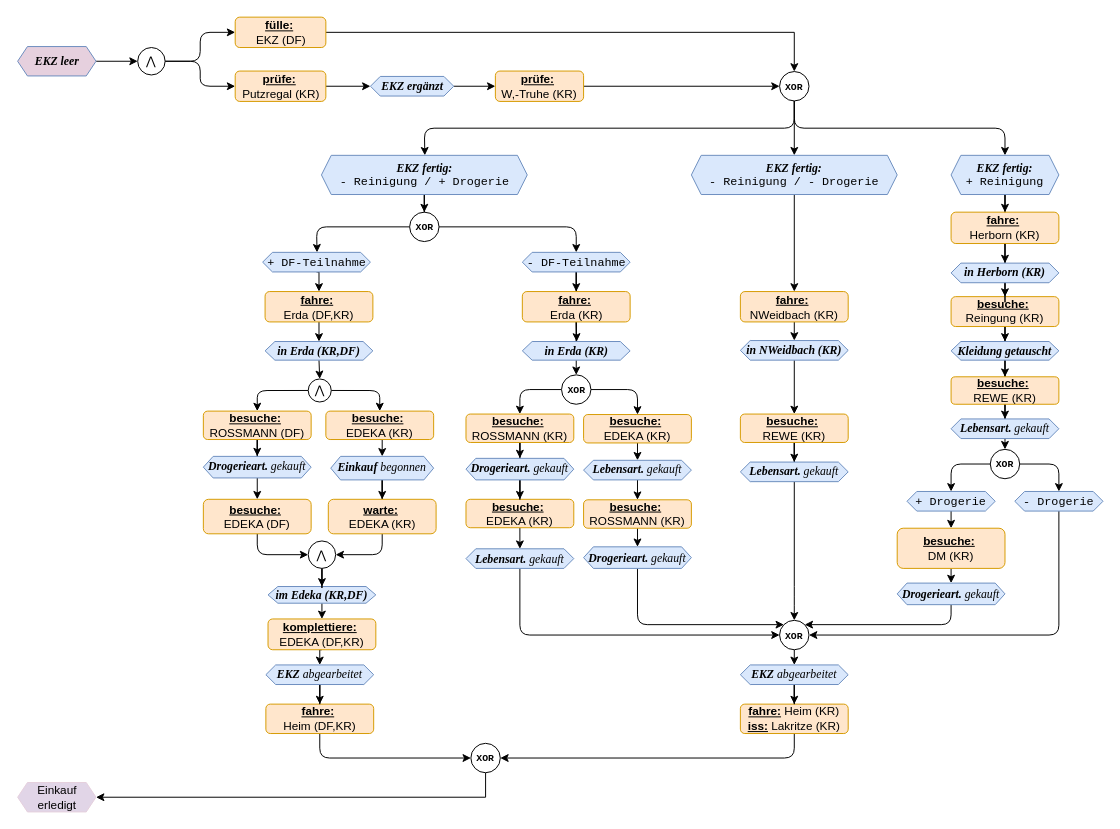
Before: sources/lf.11c/img.lf/shopping-epk.drawio in protirone/protico.ltx, a draw.io diagram. Source tidied: cells renumbered, new cells numbered last; positions are measured from the earlier drawing's top-left corner, leaving out a move shared by most shapes. Both pictures are drawn from the tidied source at 98%, with x=0, y=0 at pixel (18, 17).
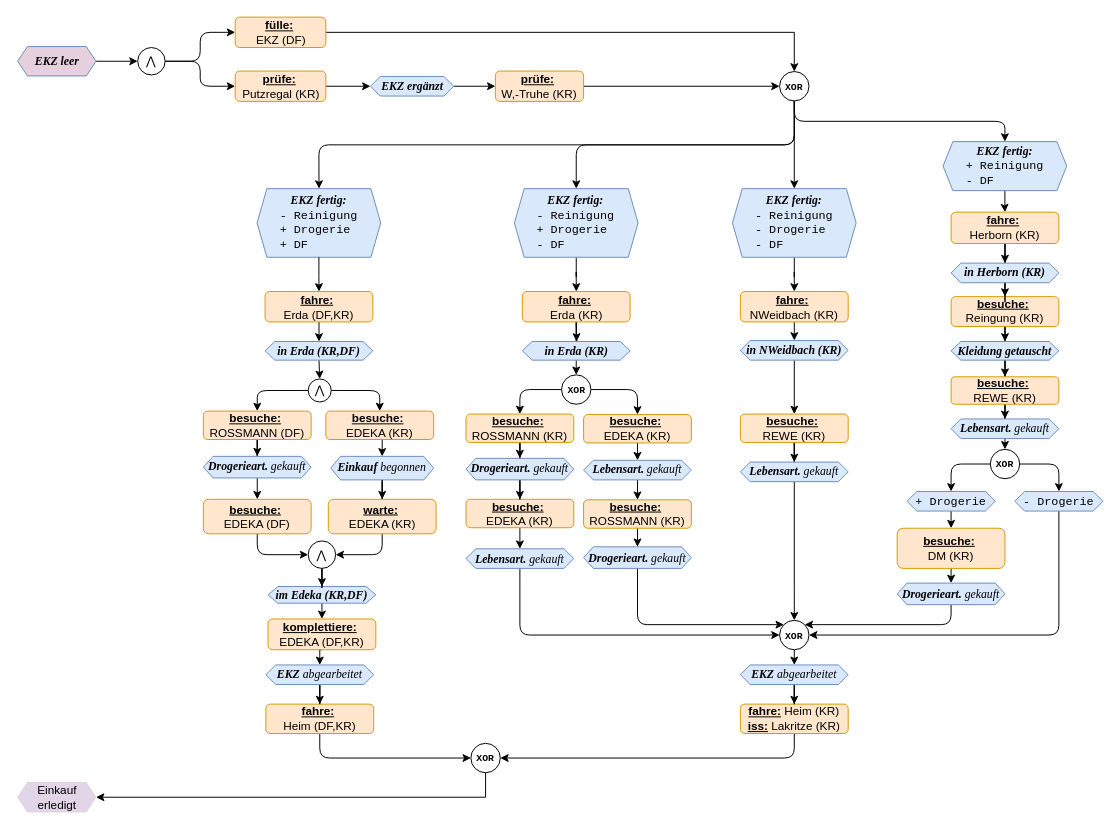
The same page after the edit.

Commit message (it also covers changes not shown here):
refactor mepc diagram

Unchanged cells that the change refers to:
```xml
<mxCell id="16" value="&lt;font face=&quot;Courier New&quot; style=&quot;font-size: 10px;&quot;&gt;&lt;b&gt;XOR&lt;/b&gt;&lt;/font&gt;" style="ellipse;whiteSpace=wrap;html=1;comic=0;noLabel=0;portConstraintRotation=0;fixDash=0;" parent="1" vertex="1">
  <mxGeometry x="777" y="55.5" width="30" height="30" as="geometry" />
</mxCell>
<mxCell id="38" value="&lt;b&gt;&lt;u&gt;fahre:&lt;/u&gt;&lt;/b&gt;&amp;nbsp;&lt;div&gt;Herborn (KR)&lt;/div&gt;" style="rounded=1;whiteSpace=wrap;html=1;fillColor=#ffe6cc;strokeColor=#d79b00;" parent="1" vertex="1">
  <mxGeometry x="952" y="199" width="110" height="32" as="geometry" />
</mxCell>
<mxCell id="42" value="&lt;b&gt;&lt;u&gt;fahre:&lt;/u&gt;&lt;/b&gt;&amp;nbsp;&lt;div&gt;NWeidbach (KR)&lt;/div&gt;" style="rounded=1;whiteSpace=wrap;html=1;fillColor=#ffe6cc;strokeColor=#d79b00;" parent="1" vertex="1">
  <mxGeometry x="737" y="280" width="110" height="31" as="geometry" />
</mxCell>
<mxCell id="44" value="&lt;b&gt;&lt;u&gt;fahre:&lt;/u&gt;&lt;/b&gt;&amp;nbsp;&lt;div&gt;Erda (DF,KR)&lt;/div&gt;" style="rounded=1;whiteSpace=wrap;html=1;fillColor=#ffe6cc;strokeColor=#d79b00;" parent="1" vertex="1">
  <mxGeometry x="252" y="280" width="110" height="31" as="geometry" />
</mxCell>
<mxCell id="46" value="&lt;b&gt;&lt;u&gt;fahre:&lt;/u&gt;&lt;/b&gt;&amp;nbsp;&lt;div&gt;Erda (KR)&lt;/div&gt;" style="rounded=1;whiteSpace=wrap;html=1;fillColor=#ffe6cc;strokeColor=#d79b00;" parent="1" vertex="1">
  <mxGeometry x="514.5" y="280" width="110" height="31" as="geometry" />
</mxCell>
```

Diff of the diagram source:
```diff
@@
-    <mxCell id="3" style="edgeStyle=orthogonalEdgeStyle;rounded=0;jettySize=auto;html=1;exitX=0.5;exitY=1;exitDx=0;exitDy=0;" parent="1" edge="1" source="4" target="38">
+    <mxCell id="3" style="edgeStyle=orthogonalEdgeStyle;rounded=0;jettySize=auto;html=1;exitX=0.5;exitY=1;exitDx=0;exitDy=0;" parent="1" edge="1" source="127" target="38">
       <mxGeometry relative="1" as="geometry" />
     </mxCell>
-    <mxCell id="4" value="&lt;div&gt;&lt;span style=&quot;background-color: transparent; color: light-dark(rgb(0, 0, 0), rgb(255, 255, 255));&quot;&gt;&lt;b&gt;&lt;font face=&quot;Garamond&quot;&gt;&lt;i&gt;EKZ fertig:&lt;/i&gt;&lt;/font&gt;&lt;/b&gt;&lt;/span&gt;&lt;/div&gt;&lt;div style=&quot;text-align: left;&quot;&gt;&lt;span style=&quot;background-color: transparent; color: light-dark(rgb(0, 0, 0), rgb(255, 255, 255));&quot;&gt;&lt;font face=&quot;Courier New&quot;&gt;+ Reinigung&lt;/font&gt;&lt;/span&gt;&lt;/div&gt;" style="shape=hexagon;perimeter=hexagonPerimeter2;whiteSpace=wrap;html=1;fixedSize=1;comic=0;snapToPoint=1;size=10;fillColor=#dae8fc;strokeColor=#6c8ebf;" parent="1" vertex="1">
-      <mxGeometry x="952" y="141" width="110" height="40" as="geometry" />
-    </mxCell>
-    <mxCell id="5" style="edgeStyle=orthogonalEdgeStyle;rounded=0;jettySize=auto;html=1;exitX=0.5;exitY=1;exitDx=0;exitDy=0;" parent="1" edge="1" source="6" target="19">
-      <mxGeometry relative="1" as="geometry" />
-    </mxCell>
-    <mxCell id="6" value="&lt;div&gt;&lt;span style=&quot;background-color: transparent; color: light-dark(rgb(0, 0, 0), rgb(255, 255, 255));&quot;&gt;&lt;b&gt;&lt;font face=&quot;Garamond&quot;&gt;&lt;i&gt;EKZ fertig:&lt;/i&gt;&lt;/font&gt;&lt;/b&gt;&lt;/span&gt;&lt;/div&gt;&lt;div style=&quot;text-align: left;&quot;&gt;&lt;span style=&quot;background-color: transparent; color: light-dark(rgb(0, 0, 0), rgb(255, 255, 255));&quot;&gt;&lt;font face=&quot;Courier New&quot;&gt;- Reinigung /&amp;nbsp;&lt;/font&gt;&lt;/span&gt;&lt;span style=&quot;font-family: &amp;quot;Courier New&amp;quot;; background-color: transparent; color: light-dark(rgb(0, 0, 0), rgb(255, 255, 255));&quot;&gt;+ Drogerie&lt;/span&gt;&lt;/div&gt;" style="shape=hexagon;perimeter=hexagonPerimeter2;whiteSpace=wrap;html=1;fixedSize=1;comic=0;snapToPoint=1;size=10;fillColor=#dae8fc;strokeColor=#6c8ebf;" parent="1" vertex="1">
-      <mxGeometry x="309.5" y="141" width="210" height="40" as="geometry" />
+    <mxCell id="6" value="&lt;div&gt;&lt;span style=&quot;background-color: transparent; color: light-dark(rgb(0, 0, 0), rgb(255, 255, 255));&quot;&gt;&lt;b&gt;&lt;font face=&quot;Garamond&quot;&gt;&lt;i&gt;EKZ fertig:&lt;/i&gt;&lt;/font&gt;&lt;/b&gt;&lt;/span&gt;&lt;/div&gt;&lt;div style=&quot;text-align: left;&quot;&gt;&lt;span style=&quot;background-color: transparent; color: light-dark(rgb(0, 0, 0), rgb(255, 255, 255));&quot;&gt;&lt;font face=&quot;Courier New&quot;&gt;- Reinigung&lt;/font&gt;&lt;/span&gt;&lt;/div&gt;&lt;div style=&quot;text-align: left;&quot;&gt;&lt;span style=&quot;font-family: &amp;quot;Courier New&amp;quot;; background-color: transparent; color: light-dark(rgb(0, 0, 0), rgb(255, 255, 255));&quot;&gt;+ Drogerie&amp;nbsp;&lt;/span&gt;&lt;/div&gt;&lt;div style=&quot;text-align: left;&quot;&gt;&lt;span style=&quot;font-family: &amp;quot;Courier New&amp;quot;; background-color: transparent; color: light-dark(rgb(0, 0, 0), rgb(255, 255, 255));&quot;&gt;+ DF&lt;/span&gt;&lt;/div&gt;" style="shape=hexagon;perimeter=hexagonPerimeter2;whiteSpace=wrap;html=1;fixedSize=1;comic=0;snapToPoint=1;size=10;fillColor=#dae8fc;strokeColor=#6c8ebf;" parent="1" vertex="1">
+      <mxGeometry x="243.8" y="175" width="126.2" height="70" as="geometry" />
     </mxCell>
-    <mxCell id="7" style="edgeStyle=orthogonalEdgeStyle;rounded=0;jettySize=auto;html=1;exitX=0.5;exitY=1;exitDx=0;exitDy=0;" parent="1" edge="1" source="8" target="42">
+    <mxCell id="7" style="edgeStyle=orthogonalEdgeStyle;rounded=0;jettySize=auto;html=1;exitX=0.5;exitY=1;exitDx=0;exitDy=0;" parent="1" edge="1" source="126" target="42">
       <mxGeometry relative="1" as="geometry" />
     </mxCell>
-    <mxCell id="8" value="&lt;div&gt;&lt;span style=&quot;background-color: transparent; color: light-dark(rgb(0, 0, 0), rgb(255, 255, 255));&quot;&gt;&lt;b&gt;&lt;font face=&quot;Garamond&quot;&gt;&lt;i&gt;EKZ fertig:&lt;/i&gt;&lt;/font&gt;&lt;/b&gt;&lt;/span&gt;&lt;/div&gt;&lt;div style=&quot;text-align: left;&quot;&gt;&lt;span style=&quot;background-color: transparent; color: light-dark(rgb(0, 0, 0), rgb(255, 255, 255));&quot;&gt;&lt;font face=&quot;Courier New&quot;&gt;- Reinigung /&amp;nbsp;&lt;/font&gt;&lt;/span&gt;&lt;span style=&quot;font-family: &amp;quot;Courier New&amp;quot;; background-color: transparent; color: light-dark(rgb(0, 0, 0), rgb(255, 255, 255));&quot;&gt;- Drogerie&lt;/span&gt;&lt;/div&gt;" style="shape=hexagon;perimeter=hexagonPerimeter2;whiteSpace=wrap;html=1;fixedSize=1;comic=0;snapToPoint=1;size=10;fillColor=#dae8fc;strokeColor=#6c8ebf;" parent="1" vertex="1">
-      <mxGeometry x="687" y="141" width="210" height="40" as="geometry" />
-    </mxCell>
-    <mxCell id="9" style="edgeStyle=orthogonalEdgeStyle;rounded=0;jettySize=auto;html=1;exitX=0.5;exitY=1;exitDx=0;exitDy=0;entryX=0.5;entryY=0;entryDx=0;entryDy=0;" parent="1" edge="1" source="10" target="44">
-      <mxGeometry relative="1" as="geometry" />
-    </mxCell>
-    <mxCell id="10" value="&lt;div&gt;&lt;span style=&quot;background-color: transparent; color: light-dark(rgb(0, 0, 0), rgb(255, 255, 255)); font-family: &amp;quot;Courier New&amp;quot;; text-align: left;&quot;&gt;+ DF-Teilnahme&lt;/span&gt;&lt;/div&gt;" style="shape=hexagon;perimeter=hexagonPerimeter2;whiteSpace=wrap;html=1;fixedSize=1;comic=0;snapToPoint=1;size=10;fillColor=#dae8fc;strokeColor=#6c8ebf;" parent="1" vertex="1">
-      <mxGeometry x="249.5" y="240" width="110" height="20" as="geometry" />
-    </mxCell>
-    <mxCell id="11" style="edgeStyle=orthogonalEdgeStyle;rounded=0;jettySize=auto;html=1;exitX=0.5;exitY=1;exitDx=0;exitDy=0;" parent="1" edge="1" source="12" target="46">
+    <mxCell id="11" style="edgeStyle=orthogonalEdgeStyle;rounded=0;jettySize=auto;html=1;exitX=0.5;exitY=1;exitDx=0;exitDy=0;" parent="1" edge="1" source="125" target="46">
       <mxGeometry relative="1" as="geometry" />
     </mxCell>
-    <mxCell id="12" value="&lt;div&gt;&lt;span style=&quot;background-color: transparent; color: light-dark(rgb(0, 0, 0), rgb(255, 255, 255)); font-family: &amp;quot;Courier New&amp;quot;; text-align: left;&quot;&gt;- DF-Teilnahme&lt;/span&gt;&lt;/div&gt;" style="shape=hexagon;perimeter=hexagonPerimeter2;whiteSpace=wrap;html=1;fixedSize=1;comic=0;snapToPoint=1;size=10;fillColor=#dae8fc;strokeColor=#6c8ebf;" parent="1" vertex="1">
-      <mxGeometry x="514.5" y="240" width="110" height="20" as="geometry" />
-    </mxCell>
-    <mxCell id="13" style="edgeStyle=orthogonalEdgeStyle;rounded=1;jettySize=auto;html=1;exitX=0.5;exitY=1;exitDx=0;exitDy=0;curved=0;" parent="1" edge="1" source="16" target="4">
+    <mxCell id="13" style="edgeStyle=orthogonalEdgeStyle;rounded=1;jettySize=auto;html=1;exitX=0.5;exitY=1;exitDx=0;exitDy=0;curved=0;entryX=0.5;entryY=0;entryDx=0;entryDy=0;" parent="1" edge="1" source="16" target="127">
       <mxGeometry relative="1" as="geometry" />
     </mxCell>
@@
-    <mxCell id="15" style="edgeStyle=orthogonalEdgeStyle;rounded=1;jettySize=auto;html=1;exitX=0.5;exitY=1;exitDx=0;exitDy=0;curved=0;" parent="1" edge="1" source="16" target="8">
+    <mxCell id="15" style="edgeStyle=orthogonalEdgeStyle;rounded=1;jettySize=auto;html=1;exitX=0.5;exitY=1;exitDx=0;exitDy=0;curved=0;entryX=0.5;entryY=0;entryDx=0;entryDy=0;" parent="1" edge="1" source="16" target="126">
       <mxGeometry relative="1" as="geometry" />
     </mxCell>
@@
-    <mxCell id="17" style="edgeStyle=orthogonalEdgeStyle;rounded=1;jettySize=auto;html=1;exitX=0;exitY=0.5;exitDx=0;exitDy=0;curved=0;" parent="1" edge="1" source="19" target="10">
+    <mxCell id="17" style="edgeStyle=orthogonalEdgeStyle;rounded=1;jettySize=auto;html=1;exitX=0.5;exitY=1;exitDx=0;exitDy=0;curved=0;" parent="1" edge="1" source="6" target="44">
       <mxGeometry relative="1" as="geometry" />
     </mxCell>
-    <mxCell id="18" style="edgeStyle=orthogonalEdgeStyle;rounded=1;jettySize=auto;html=1;exitX=1;exitY=0.5;exitDx=0;exitDy=0;entryX=0.5;entryY=0;entryDx=0;entryDy=0;curved=0;" parent="1" edge="1" source="19" target="12">
-      <mxGeometry relative="1" as="geometry" />
-    </mxCell>
-    <mxCell id="19" value="&lt;font face=&quot;Courier New&quot; style=&quot;font-size: 10px;&quot;&gt;&lt;b&gt;XOR&lt;/b&gt;&lt;/font&gt;" style="ellipse;whiteSpace=wrap;html=1;comic=0;noLabel=0;portConstraintRotation=0;fixDash=0;" parent="1" vertex="1">
-      <mxGeometry x="399.5" y="199" width="30" height="30" as="geometry" />
-    </mxCell>
@@
+    <mxCell id="125" value="&lt;div&gt;&lt;span style=&quot;background-color: transparent; color: light-dark(rgb(0, 0, 0), rgb(255, 255, 255));&quot;&gt;&lt;b&gt;&lt;font face=&quot;Garamond&quot;&gt;&lt;i&gt;EKZ fertig:&lt;/i&gt;&lt;/font&gt;&lt;/b&gt;&lt;/span&gt;&lt;/div&gt;&lt;div style=&quot;text-align: left;&quot;&gt;&lt;span style=&quot;background-color: transparent; color: light-dark(rgb(0, 0, 0), rgb(255, 255, 255));&quot;&gt;&lt;font face=&quot;Courier New&quot;&gt;- Reinigung&lt;/font&gt;&lt;/span&gt;&lt;/div&gt;&lt;div style=&quot;text-align: left;&quot;&gt;&lt;span style=&quot;font-family: &amp;quot;Courier New&amp;quot;; background-color: transparent; color: light-dark(rgb(0, 0, 0), rgb(255, 255, 255));&quot;&gt;+ Drogerie&amp;nbsp;&lt;/span&gt;&lt;/div&gt;&lt;div style=&quot;text-align: left;&quot;&gt;&lt;span style=&quot;font-family: &amp;quot;Courier New&amp;quot;; background-color: transparent; color: light-dark(rgb(0, 0, 0), rgb(255, 255, 255));&quot;&gt;- DF&lt;/span&gt;&lt;/div&gt;" style="shape=hexagon;perimeter=hexagonPerimeter2;whiteSpace=wrap;html=1;fixedSize=1;comic=0;snapToPoint=1;size=10;fillColor=#dae8fc;strokeColor=#6c8ebf;" parent="1" vertex="1">
+      <mxGeometry x="506.4" y="175" width="126.2" height="70" as="geometry" />
+    </mxCell>
+    <mxCell id="126" value="&lt;div&gt;&lt;span style=&quot;background-color: transparent; color: light-dark(rgb(0, 0, 0), rgb(255, 255, 255));&quot;&gt;&lt;b&gt;&lt;font face=&quot;Garamond&quot;&gt;&lt;i&gt;EKZ fertig:&lt;/i&gt;&lt;/font&gt;&lt;/b&gt;&lt;/span&gt;&lt;/div&gt;&lt;div style=&quot;text-align: left;&quot;&gt;&lt;span style=&quot;background-color: transparent; color: light-dark(rgb(0, 0, 0), rgb(255, 255, 255));&quot;&gt;&lt;font face=&quot;Courier New&quot;&gt;- Reinigung&lt;/font&gt;&lt;/span&gt;&lt;/div&gt;&lt;div style=&quot;text-align: left;&quot;&gt;&lt;span style=&quot;font-family: &amp;quot;Courier New&amp;quot;; background-color: transparent; color: light-dark(rgb(0, 0, 0), rgb(255, 255, 255));&quot;&gt;- Drogerie&amp;nbsp;&lt;/span&gt;&lt;/div&gt;&lt;div style=&quot;text-align: left;&quot;&gt;&lt;span style=&quot;font-family: &amp;quot;Courier New&amp;quot;; background-color: transparent; color: light-dark(rgb(0, 0, 0), rgb(255, 255, 255));&quot;&gt;- DF&lt;/span&gt;&lt;/div&gt;" style="shape=hexagon;perimeter=hexagonPerimeter2;whiteSpace=wrap;html=1;fixedSize=1;comic=0;snapToPoint=1;size=10;fillColor=#dae8fc;strokeColor=#6c8ebf;" parent="1" vertex="1">
+      <mxGeometry x="728.9" y="175" width="126.2" height="70" as="geometry" />
+    </mxCell>
+    <mxCell id="127" value="&lt;div&gt;&lt;span style=&quot;background-color: transparent; color: light-dark(rgb(0, 0, 0), rgb(255, 255, 255));&quot;&gt;&lt;b&gt;&lt;font face=&quot;Garamond&quot;&gt;&lt;i&gt;EKZ fertig:&lt;/i&gt;&lt;/font&gt;&lt;/b&gt;&lt;/span&gt;&lt;/div&gt;&lt;div style=&quot;text-align: left;&quot;&gt;&lt;span style=&quot;background-color: transparent; color: light-dark(rgb(0, 0, 0), rgb(255, 255, 255));&quot;&gt;&lt;font face=&quot;Courier New&quot;&gt;+ Reinigung&lt;/font&gt;&lt;/span&gt;&lt;/div&gt;&lt;div style=&quot;text-align: left;&quot;&gt;&lt;span style=&quot;font-family: &amp;quot;Courier New&amp;quot;; background-color: transparent; color: light-dark(rgb(0, 0, 0), rgb(255, 255, 255));&quot;&gt;- DF&lt;/span&gt;&lt;/div&gt;" style="shape=hexagon;perimeter=hexagonPerimeter2;whiteSpace=wrap;html=1;fixedSize=1;comic=0;snapToPoint=1;size=10;fillColor=#dae8fc;strokeColor=#6c8ebf;" parent="1" vertex="1">
+      <mxGeometry x="943.8" y="127" width="126.2" height="50" as="geometry" />
+    </mxCell>
+    <mxCell id="128" style="edgeStyle=orthogonalEdgeStyle;rounded=1;jettySize=auto;html=1;exitX=0.5;exitY=1;exitDx=0;exitDy=0;curved=0;entryX=0.5;entryY=0;entryDx=0;entryDy=0;" parent="1" edge="1" source="16" target="125">
+      <mxGeometry relative="1" as="geometry" />
+    </mxCell>
```
